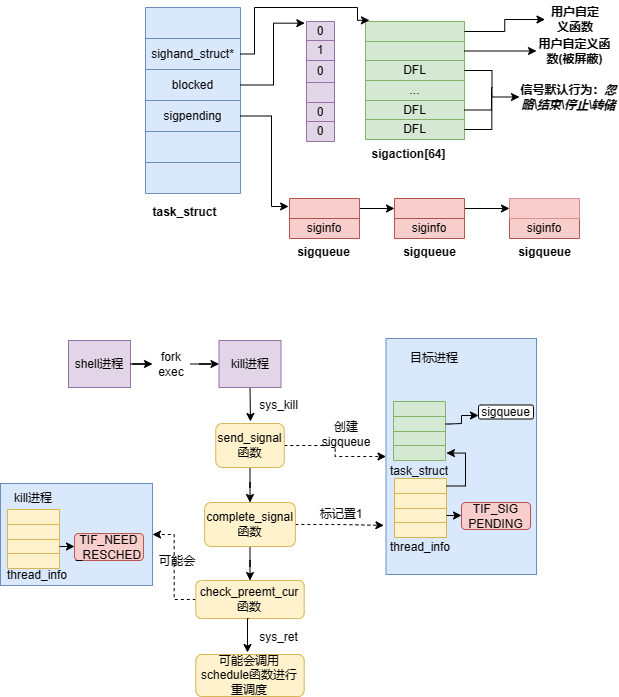
Before: OS/linux内核源代码情景分析/第六章/信号.drawio.png, a diagram exported from draw.io (SixPlusAndTimes/drawio). Source tidied: cells renumbered, new cells last; positions are measured from the earlier drawing's top-left corner, leaving out a move shared by most shapes.
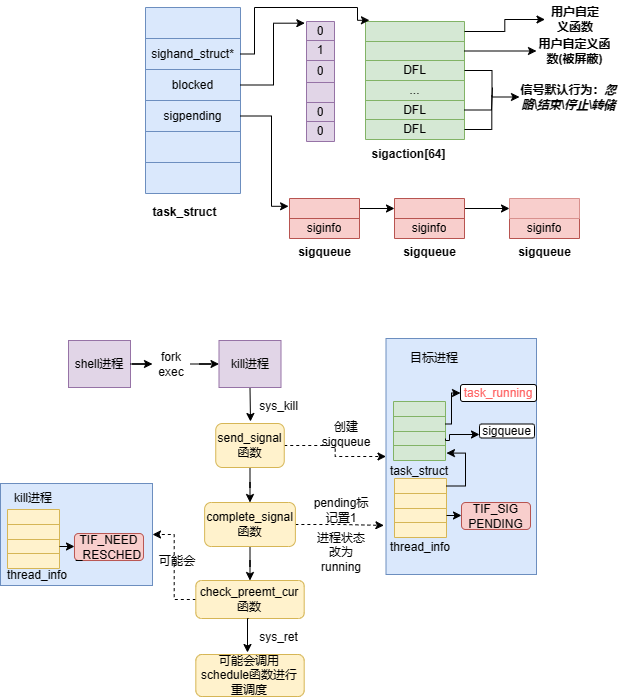
The same diagram one commit later.

What changed in the source:
```diff
@@ -308,14 +308,14 @@
       <mxGeometry x="389" y="460" width="60" height="14" as="geometry" />
     </mxCell>
     <mxCell id="95" value="sigqueue" style="rounded=1;whiteSpace=wrap;html=1;" parent="1" vertex="1">
-      <mxGeometry x="478" y="400.5" width="55" height="14" as="geometry" />
+      <mxGeometry x="479" y="419.5" width="55" height="14" as="geometry" />
     </mxCell>
-    <mxCell id="96" style="edgeStyle=orthogonalEdgeStyle;rounded=0;jettySize=auto;html=1;exitX=1;exitY=0.5;exitDx=0;exitDy=0;entryX=0;entryY=0.75;entryDx=0;entryDy=0;" parent="1" edge="1" source="88" target="95">
+    <mxCell id="96" style="edgeStyle=orthogonalEdgeStyle;rounded=0;jettySize=auto;html=1;exitX=1;exitY=0.5;exitDx=0;exitDy=0;entryX=0;entryY=0.75;entryDx=0;entryDy=0;" parent="1" edge="1" source="90" target="95">
       <mxGeometry relative="1" as="geometry">
         <Array as="points">
-          <mxPoint x="449" y="420" />
-          <mxPoint x="461" y="419" />
-          <mxPoint x="461" y="411" />
+          <mxPoint x="445" y="436" />
+          <mxPoint x="449" y="436" />
+          <mxPoint x="449" y="430" />
         </Array>
       </mxGeometry>
     </mxCell>
@@ -378,8 +378,8 @@
     <mxCell id="114" value="创建sigqueue" style="text;html=1;strokeColor=none;fillColor=none;align=center;verticalAlign=middle;whiteSpace=wrap;rounded=0;" parent="1" vertex="1">
       <mxGeometry x="316" y="415" width="60" height="30" as="geometry" />
     </mxCell>
-    <mxCell id="115" value="标记置1" style="text;html=1;strokeColor=none;fillColor=none;align=center;verticalAlign=middle;whiteSpace=wrap;rounded=0;" parent="1" vertex="1">
-      <mxGeometry x="311" y="495" width="60" height="30" as="geometry" />
+    <mxCell id="115" value="pending标记置1" style="text;html=1;strokeColor=none;fillColor=none;align=center;verticalAlign=middle;whiteSpace=wrap;rounded=0;" parent="1" vertex="1">
+      <mxGeometry x="311" y="491" width="60" height="30" as="geometry" />
     </mxCell>
     <mxCell id="116" style="edgeStyle=orthogonalEdgeStyle;rounded=0;jettySize=auto;html=1;exitX=0;exitY=0.5;exitDx=0;exitDy=0;dashed=1;" parent="1" edge="1" source="117" target="118">
       <mxGeometry relative="1" as="geometry" />
@@ -444,5 +444,19 @@
     <mxCell id="135" value="sys_ret" style="text;html=1;strokeColor=none;fillColor=none;align=center;verticalAlign=middle;whiteSpace=wrap;rounded=0;" parent="1" vertex="1">
       <mxGeometry x="254.5" y="621" width="47" height="23" as="geometry" />
     </mxCell>
+    <mxCell id="136" value="&lt;font color=&quot;#ff6666&quot;&gt;task_running&lt;/font&gt;" style="rounded=1;whiteSpace=wrap;html=1;" parent="1" vertex="1">
+      <mxGeometry x="460" y="380" width="76" height="17" as="geometry" />
+    </mxCell>
+    <mxCell id="137" style="edgeStyle=orthogonalEdgeStyle;rounded=0;jettySize=auto;html=1;exitX=1;exitY=0.5;exitDx=0;exitDy=0;entryX=0;entryY=0.5;entryDx=0;entryDy=0;" parent="1" edge="1" source="88" target="136">
+      <mxGeometry relative="1" as="geometry">
+        <Array as="points">
+          <mxPoint x="451" y="420" />
+          <mxPoint x="451" y="389" />
+        </Array>
+      </mxGeometry>
+    </mxCell>
+    <mxCell id="138" value="进程状态改为running" style="text;html=1;strokeColor=none;fillColor=none;align=center;verticalAlign=middle;whiteSpace=wrap;rounded=0;" parent="1" vertex="1">
+      <mxGeometry x="311" y="533" width="60" height="30" as="geometry" />
+    </mxCell>
   </root>
 </mxGraphModel>
```
